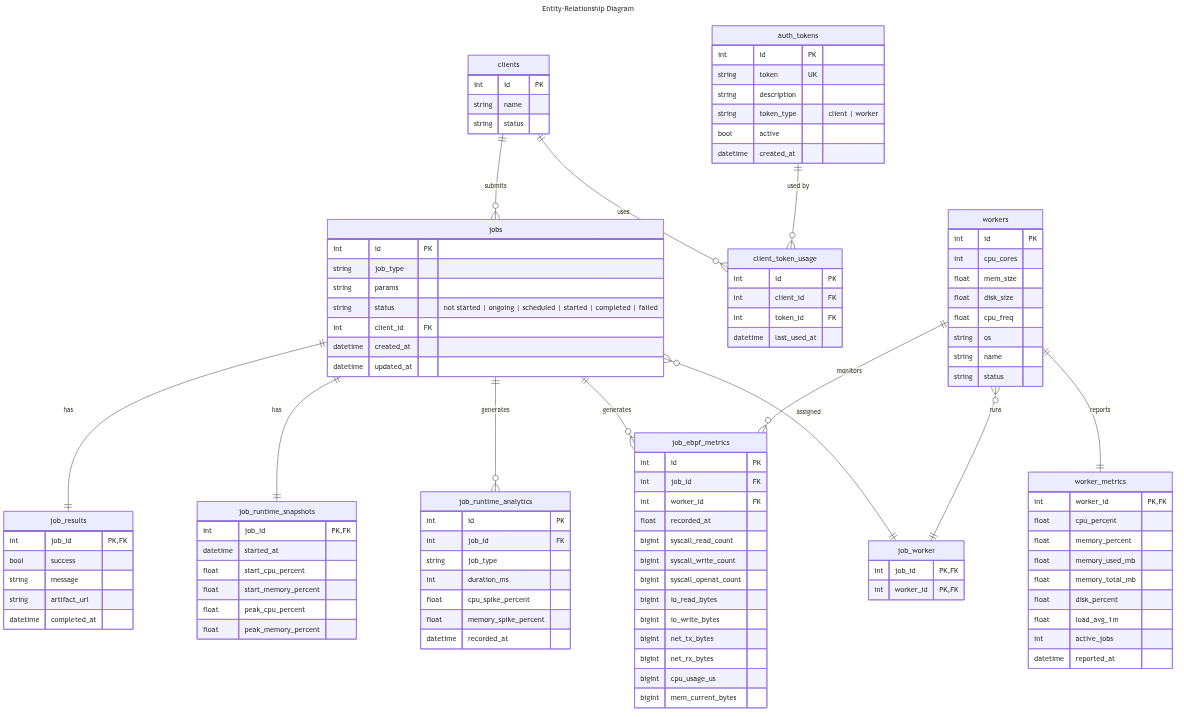
The Mermaid diagram report/figures/er-diagram.png in sandeshkhadka/distributed-job-scheduler, before a commit. Its source is kept beside it as report/diagrams/er-diagram.mmd.
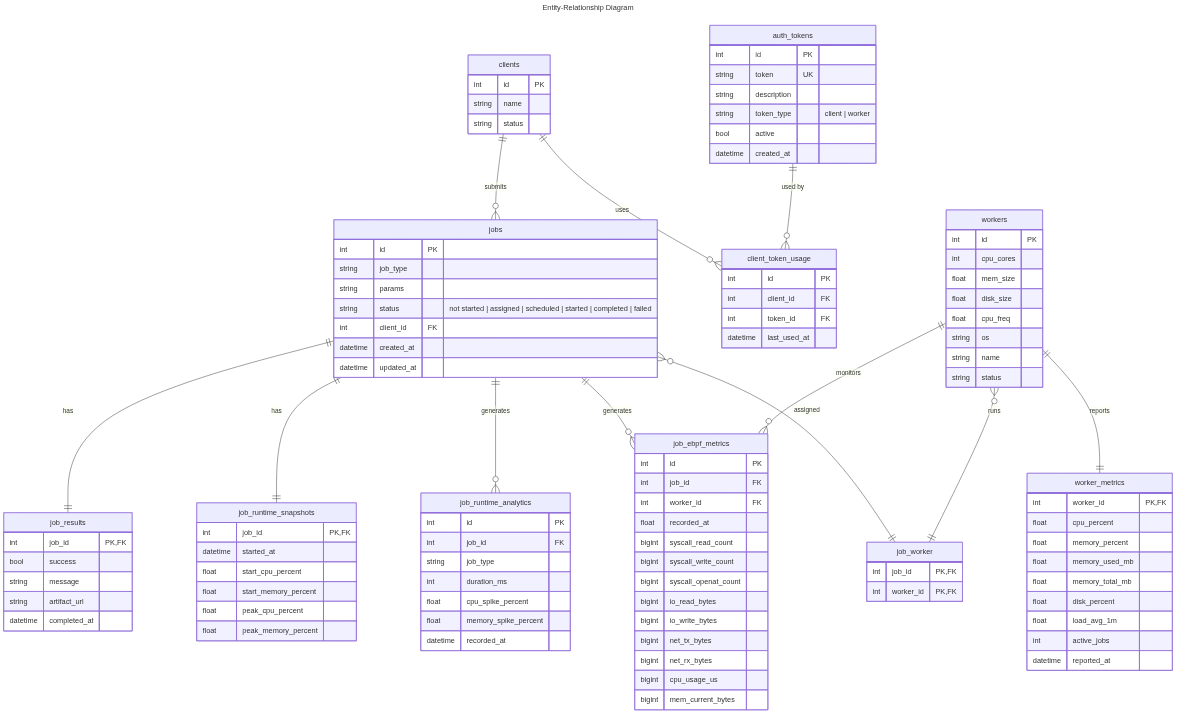
After the change.

Diff of the diagram source:
```diff
@@ -42,7 +42,7 @@
         int id PK
         string job_type
         string params
-        string status "not started | ongoing | scheduled | started | completed | failed"
+        string status "not started | assigned | scheduled | started | completed | failed"
         int client_id FK
         datetime created_at
         datetime updated_at
```
